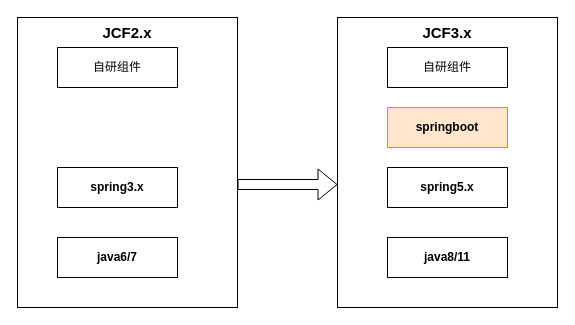
qymmdj/draw-io keeps this draw.io diagram as page "JCF技术栈" (19 of 19) of 微服务.drawio. Above is the earlier version. Source tidied: cells renumbered, new cells numbered last; positions are measured from the earlier drawing's top-left corner, leaving out a move shared by most shapes. Both pictures are drawn from the tidied source at 100%, with x=0, y=0 at pixel (17, 17).
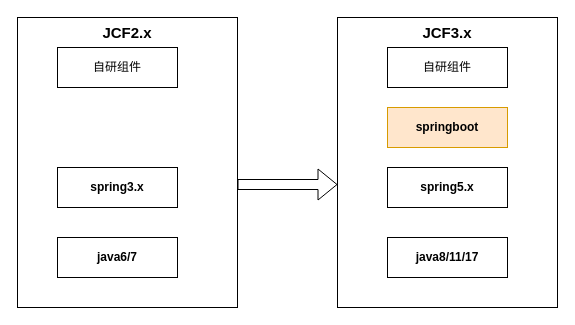
The same page after the edit.

Commit message:
更新微服务.drawio

What changed in the source:
```diff
@@
 <mxGraphModel>
   <root>
     <mxCell id="0" />
     <mxCell id="1" parent="0" />
     <mxCell id="2" value="JCF2.x" style="rounded=0;whiteSpace=wrap;html=1;verticalAlign=top;fontStyle=1;fontSize=15;" parent="1" vertex="1">
       <mxGeometry width="220" height="290" as="geometry" />
     </mxCell>
     <mxCell id="3" value="spring3.x" style="rounded=0;whiteSpace=wrap;html=1;fontStyle=1;" parent="1" vertex="1">
       <mxGeometry x="40" y="150" width="120" height="40" as="geometry" />
     </mxCell>
     <mxCell id="4" value="java6/7" style="rounded=0;whiteSpace=wrap;html=1;fontStyle=1;" parent="1" vertex="1">
       <mxGeometry x="40" y="220" width="120" height="40" as="geometry" />
     </mxCell>
     <mxCell id="5" value="自研组件" style="rounded=0;whiteSpace=wrap;html=1;" parent="1" vertex="1">
       <mxGeometry x="40" y="30" width="120" height="40" as="geometry" />
     </mxCell>
     <mxCell id="6" value="JCF3.x" style="rounded=0;whiteSpace=wrap;html=1;verticalAlign=top;fontStyle=1;fontSize=15;" parent="1" vertex="1">
       <mxGeometry x="320" width="220" height="290" as="geometry" />
     </mxCell>
     <mxCell id="7" value="spring5.x" style="rounded=0;whiteSpace=wrap;html=1;fontStyle=1;" parent="1" vertex="1">
       <mxGeometry x="370" y="150" width="120" height="40" as="geometry" />
     </mxCell>
-    <mxCell id="8" value="java8/11" style="rounded=0;whiteSpace=wrap;html=1;fontStyle=1;" parent="1" vertex="1">
+    <mxCell id="8" value="java8/11/17" style="rounded=0;whiteSpace=wrap;html=1;fontStyle=1;" parent="1" vertex="1">
       <mxGeometry x="370" y="220" width="120" height="40" as="geometry" />
     </mxCell>
     <mxCell id="9" value="自研组件" style="rounded=0;whiteSpace=wrap;html=1;" parent="1" vertex="1">
       <mxGeometry x="370" y="30" width="120" height="40" as="geometry" />
     </mxCell>
     <mxCell id="10" value="springboot" style="rounded=0;whiteSpace=wrap;html=1;fontStyle=1;fillColor=#ffe6cc;strokeColor=#d79b00;" parent="1" vertex="1">
       <mxGeometry x="370" y="90" width="120" height="40" as="geometry" />
     </mxCell>
     <mxCell id="11" style="shape=flexArrow;endArrow=classic;html=1;rounded=0;fontSize=15;" parent="1" edge="1">
       <mxGeometry relative="1" as="geometry">
         <mxPoint x="220" y="167" as="sourcePoint" />
         <mxPoint x="320" y="167" as="targetPoint" />
       </mxGeometry>
     </mxCell>
   </root>
 </mxGraphModel>
```
